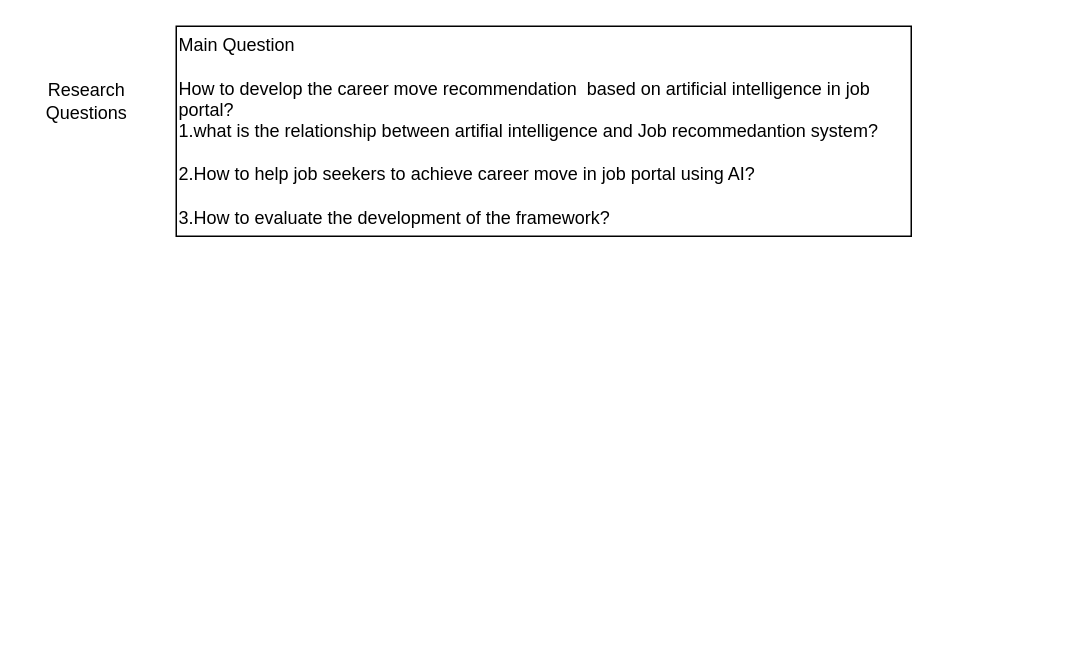
johnzhouz/jrs keeps this draw.io diagram as 未命名绘图.drawio. Above is the earlier version. Source tidied: cells renumbered, new cells numbered last; positions are measured from the earlier drawing's top-left corner, leaving out a move shared by most shapes. Both pictures are drawn from the tidied source at 150%, with x=0, y=0 at pixel (26, 26).
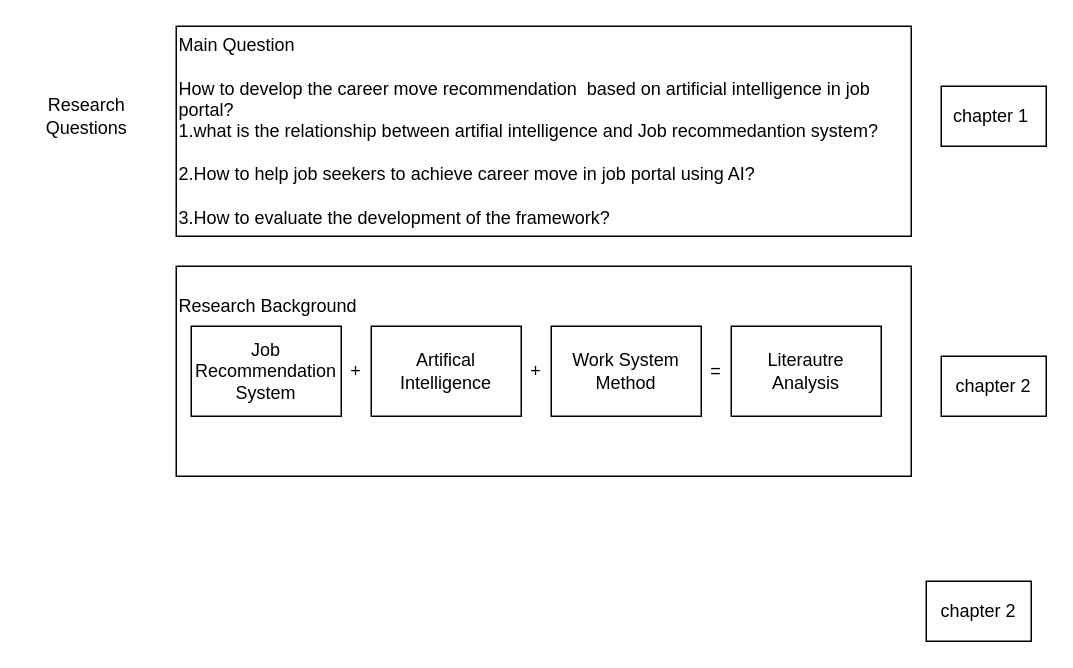
After the change.

What changed in the source:
```diff
@@
 <mxGraphModel>
   <root>
     <mxCell id="0" />
     <mxCell id="1" parent="0" />
     <mxCell id="2" value="Main Question&lt;br&gt;&lt;br&gt;How to develop the career move recommendation&amp;nbsp; based on&amp;nbsp;artificial intelligence in job portal?&amp;nbsp;&lt;br&gt;1.what is the relationship between artifial intelligence and Job recommedantion system?&lt;br&gt;&lt;br&gt;2.How to help job seekers to achieve career move in job portal using AI?&lt;br&gt;&lt;br&gt;3.How to evaluate the development of the framework?" style="rounded=0;whiteSpace=wrap;html=1;align=left;" parent="1" vertex="1">
       <mxGeometry x="100" width="490" height="140" as="geometry" />
     </mxCell>
     <mxCell id="3" value="Research&lt;br&gt;Questions" style="text;html=1;align=center;verticalAlign=middle;strokeColor=none;fillColor=none;" parent="1" vertex="1">
-      <mxGeometry y="30" width="80" height="40" as="geometry" />
+      <mxGeometry y="40" width="80" height="40" as="geometry" />
     </mxCell>
+    <mxCell id="4" value="chapter 1&lt;font lang=&quot;zh-CN&quot; translate=&quot;no&quot; class=&quot;notranslate immersive-translate-target-wrapper&quot;&gt;&amp;nbsp;&lt;/font&gt;" style="rounded=0;whiteSpace=wrap;html=1;" parent="1" vertex="1">
+      <mxGeometry x="610" y="40" width="70" height="40" as="geometry" />
+    </mxCell>
+    <mxCell id="5" value="chapter 2" style="rounded=0;whiteSpace=wrap;html=1;" parent="1" vertex="1">
+      <mxGeometry x="610" y="220" width="70" height="40" as="geometry" />
+    </mxCell>
+    <mxCell id="6" value="Research Background&lt;br&gt;&lt;br&gt;&lt;br&gt;&lt;br&gt;&lt;br&gt;&lt;br&gt;&lt;br&gt;" style="rounded=0;whiteSpace=wrap;html=1;align=left;" parent="1" vertex="1">
+      <mxGeometry x="100" y="160" width="490" height="140" as="geometry" />
+    </mxCell>
+    <mxCell id="7" value="chapter 2" style="rounded=0;whiteSpace=wrap;html=1;" parent="1" vertex="1">
+      <mxGeometry x="600" y="370" width="70" height="40" as="geometry" />
+    </mxCell>
+    <mxCell id="8" value="Job Recommendation System" style="rounded=0;whiteSpace=wrap;html=1;" parent="1" vertex="1">
+      <mxGeometry x="110" y="200" width="100" height="60" as="geometry" />
+    </mxCell>
+    <mxCell id="9" value="Artifical Intelligence" style="rounded=0;whiteSpace=wrap;html=1;" parent="1" vertex="1">
+      <mxGeometry x="230" y="200" width="100" height="60" as="geometry" />
+    </mxCell>
+    <mxCell id="10" value="+" style="text;strokeColor=none;align=center;fillColor=none;html=1;verticalAlign=middle;whiteSpace=wrap;rounded=0;" parent="1" vertex="1">
+      <mxGeometry x="210" y="215" width="20" height="30" as="geometry" />
+    </mxCell>
+    <mxCell id="11" value="Work System Method" style="rounded=0;whiteSpace=wrap;html=1;" parent="1" vertex="1">
+      <mxGeometry x="350" y="200" width="100" height="60" as="geometry" />
+    </mxCell>
+    <mxCell id="12" value="+" style="text;strokeColor=none;align=center;fillColor=none;html=1;verticalAlign=middle;whiteSpace=wrap;rounded=0;" parent="1" vertex="1">
+      <mxGeometry x="330" y="215" width="20" height="30" as="geometry" />
+    </mxCell>
+    <mxCell id="13" value="=" style="text;strokeColor=none;align=center;fillColor=none;html=1;verticalAlign=middle;whiteSpace=wrap;rounded=0;" parent="1" vertex="1">
+      <mxGeometry x="450" y="215" width="20" height="30" as="geometry" />
+    </mxCell>
+    <mxCell id="14" value="Literautre Analysis" style="rounded=0;whiteSpace=wrap;html=1;" parent="1" vertex="1">
+      <mxGeometry x="470" y="200" width="100" height="60" as="geometry" />
+    </mxCell>
   </root>
 </mxGraphModel>
```
